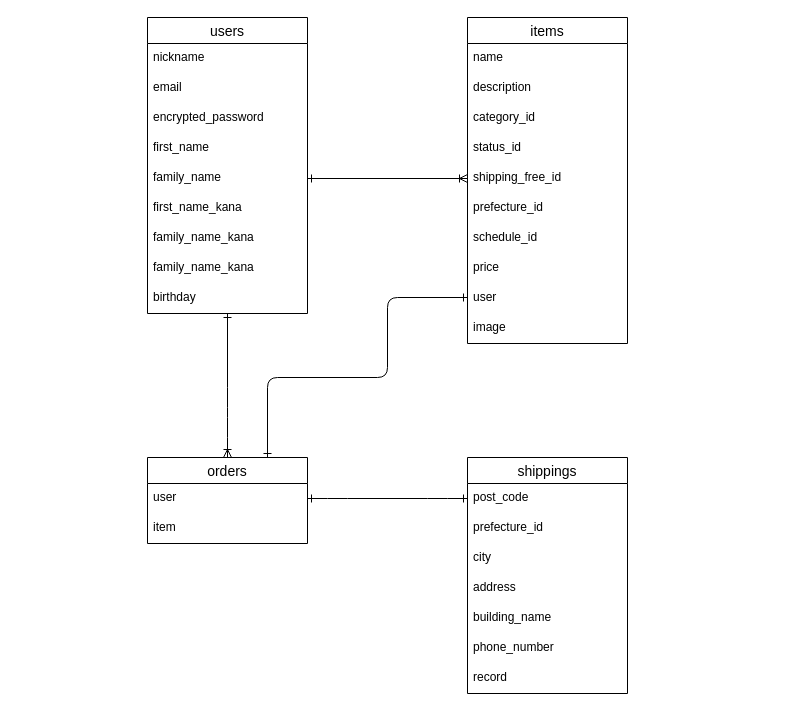
Earlier version of the draw.io diagram db.dio (kohohsuke/furima-35532). Source tidied: cells renumbered, new cells numbered last; positions are measured from the earlier drawing's top-left corner, leaving out a move shared by most shapes. Both pictures are drawn from the tidied source at 100%, with x=0, y=0 at pixel (147, 17).
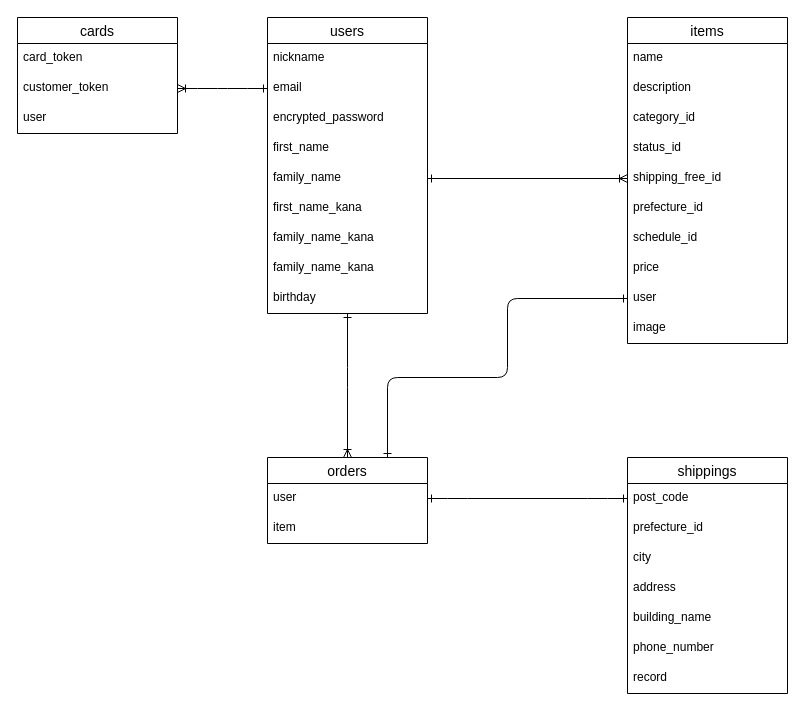
Above is the later version.

The change refers to these unchanged cells:
```xml
<mxCell id="4" value="email" style="text;strokeColor=none;fillColor=none;spacingLeft=4;spacingRight=4;overflow=hidden;points=[[0,0.5],[1,0.5]];portConstraint=eastwest;fontSize=12;" parent="2" vertex="1">
  <mxGeometry y="56" width="160" height="30" as="geometry" />
</mxCell>
<mxCell id="7" value="family_name" style="text;strokeColor=none;fillColor=none;spacingLeft=4;spacingRight=4;overflow=hidden;points=[[0,0.5],[1,0.5]];portConstraint=eastwest;fontSize=12;" parent="2" vertex="1">
  <mxGeometry y="146" width="160" height="30" as="geometry" />
</mxCell>
<mxCell id="11" value="birthday" style="text;strokeColor=none;fillColor=none;spacingLeft=4;spacingRight=4;overflow=hidden;points=[[0,0.5],[1,0.5]];portConstraint=eastwest;fontSize=12;" parent="2" vertex="1">
  <mxGeometry y="266" width="160" height="30" as="geometry" />
</mxCell>
<mxCell id="17" value="shipping_free_id" style="text;strokeColor=none;fillColor=none;spacingLeft=4;spacingRight=4;overflow=hidden;points=[[0,0.5],[1,0.5]];portConstraint=eastwest;fontSize=12;" parent="12" vertex="1">
  <mxGeometry y="146" width="160" height="30" as="geometry" />
</mxCell>
<mxCell id="21" value="user" style="text;strokeColor=none;fillColor=none;spacingLeft=4;spacingRight=4;overflow=hidden;points=[[0,0.5],[1,0.5]];portConstraint=eastwest;fontSize=12;" parent="12" vertex="1">
  <mxGeometry y="266" width="160" height="30" as="geometry" />
</mxCell>
```

The edit, as a diff of the source:
```diff
@@
     <mxCell id="2" value="users" style="swimlane;fontStyle=0;horizontal=1;startSize=26;align=center;fontSize=14;" parent="1" vertex="1">
-      <mxGeometry width="160" height="296" as="geometry" />
+      <mxGeometry x="120" width="160" height="296" as="geometry" />
     </mxCell>
@@
     <mxCell id="12" value="items" style="swimlane;fontStyle=0;horizontal=1;startSize=26;align=center;fontSize=14;" parent="1" vertex="1">
-      <mxGeometry x="320" width="160" height="326" as="geometry" />
+      <mxGeometry x="480" width="160" height="326" as="geometry" />
     </mxCell>
@@
     <mxCell id="23" value="orders" style="swimlane;fontStyle=0;horizontal=1;startSize=26;align=center;fontSize=14;" parent="1" vertex="1">
-      <mxGeometry y="440" width="160" height="86" as="geometry" />
+      <mxGeometry x="120" y="440" width="160" height="86" as="geometry" />
     </mxCell>
@@
     <mxCell id="26" value="shippings" style="swimlane;fontStyle=0;horizontal=1;startSize=26;align=center;fontSize=14;" parent="1" vertex="1">
-      <mxGeometry x="320" y="440" width="160" height="236" as="geometry" />
+      <mxGeometry x="480" y="440" width="160" height="236" as="geometry" />
     </mxCell>
@@
-    <mxCell id="34" style="fontSize=12;html=1;endArrow=ERoneToMany;exitX=1;exitY=0.5;exitDx=0;exitDy=0;entryX=0;entryY=0.5;entryDx=0;entryDy=0;startArrow=ERone;startFill=0;endFill=0;" parent="1" edge="1" source="7">
-      <mxGeometry relative="1" as="geometry">
-        <mxPoint x="320" y="161" as="targetPoint" />
-      </mxGeometry>
+    <mxCell id="34" style="fontSize=12;html=1;endArrow=ERoneToMany;exitX=1;exitY=0.5;exitDx=0;exitDy=0;entryX=0;entryY=0.5;entryDx=0;entryDy=0;startArrow=ERone;startFill=0;endFill=0;" parent="1" edge="1" source="7" target="17">
+      <mxGeometry relative="1" as="geometry" />
     </mxCell>
     <mxCell id="35" style="fontSize=12;html=1;endArrow=ERone;exitX=0.5;exitY=0;exitDx=0;exitDy=0;startArrow=ERoneToMany;startFill=0;endFill=0;" parent="1" edge="1" source="23" target="11">
       <mxGeometry relative="1" as="geometry">
         <Array as="points">
-          <mxPoint x="80" y="410" />
-          <mxPoint x="80" y="380" />
+          <mxPoint x="200" y="360" />
         </Array>
       </mxGeometry>
     </mxCell>
-    <mxCell id="36" style="edgeStyle=orthogonalEdgeStyle;fontSize=12;html=1;endArrow=ERone;startArrow=ERone;startFill=0;endFill=0;exitX=0.75;exitY=0;exitDx=0;exitDy=0;" parent="1" edge="1" source="23">
+    <mxCell id="36" style="edgeStyle=orthogonalEdgeStyle;fontSize=12;html=1;endArrow=ERone;startArrow=ERone;startFill=0;endFill=0;exitX=0.75;exitY=0;exitDx=0;exitDy=0;entryX=0;entryY=0.5;entryDx=0;entryDy=0;" parent="1" edge="1" source="23" target="21">
       <mxGeometry relative="1" as="geometry">
-        <mxPoint x="320" y="280" as="targetPoint" />
         <Array as="points">
-          <mxPoint x="120" y="360" />
           <mxPoint x="240" y="360" />
-          <mxPoint x="240" y="280" />
+          <mxPoint x="360" y="360" />
+          <mxPoint x="360" y="281" />
         </Array>
       </mxGeometry>
     </mxCell>
@@
+    <mxCell id="38" value="cards" style="swimlane;fontStyle=0;horizontal=1;startSize=26;align=center;fontSize=14;" parent="1" vertex="1">
+      <mxGeometry x="-130" width="160" height="116" as="geometry" />
+    </mxCell>
+    <mxCell id="39" value="card_token" style="text;strokeColor=none;fillColor=none;spacingLeft=4;spacingRight=4;overflow=hidden;fontSize=12;" parent="38" vertex="1">
+      <mxGeometry y="26" width="160" height="30" as="geometry" />
+    </mxCell>
+    <mxCell id="40" value="customer_token" style="text;strokeColor=none;fillColor=none;spacingLeft=4;spacingRight=4;overflow=hidden;points=[[0,0.5],[1,0.5]];portConstraint=eastwest;fontSize=12;" parent="38" vertex="1">
+      <mxGeometry y="56" width="160" height="30" as="geometry" />
+    </mxCell>
+    <mxCell id="41" value="user" style="text;strokeColor=none;fillColor=none;spacingLeft=4;spacingRight=4;overflow=hidden;fontSize=12;" parent="38" vertex="1">
+      <mxGeometry y="86" width="160" height="30" as="geometry" />
+    </mxCell>
+    <mxCell id="42" style="edgeStyle=entityRelationEdgeStyle;fontSize=12;html=1;endArrow=ERone;startArrow=ERoneToMany;entryX=0;entryY=0.5;entryDx=0;entryDy=0;startFill=0;endFill=0;" parent="1" edge="1" source="40" target="4">
+      <mxGeometry relative="1" as="geometry" />
+    </mxCell>
```
